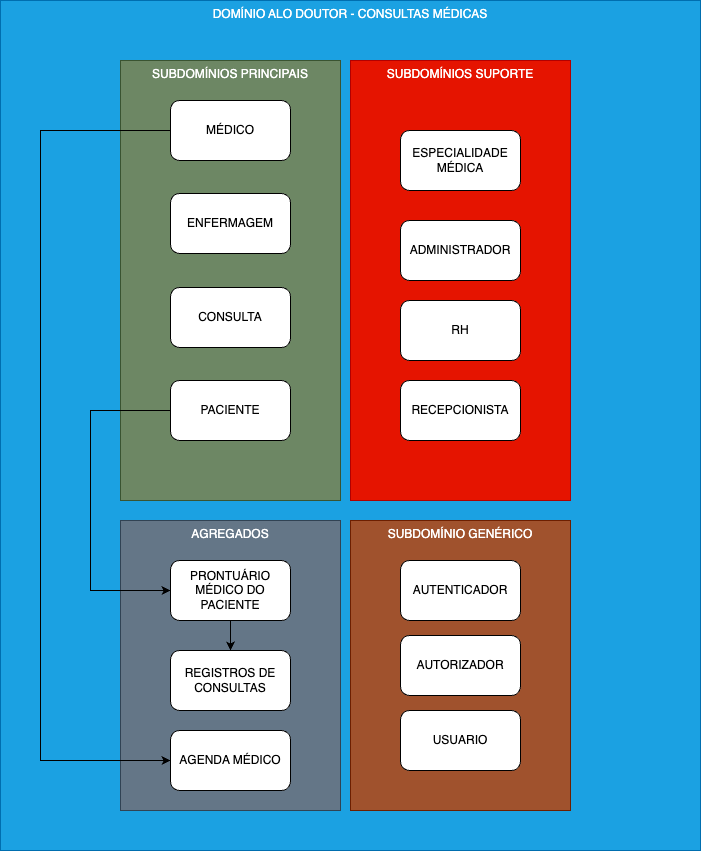
Earlier version of the draw.io export documentacao/imagens/dominiosAloDoutor.png (AlexJussiani/AloDOutor). Source tidied: cells renumbered, new cells last; positions are measured from the earlier drawing's top-left corner, leaving out a move shared by most shapes.
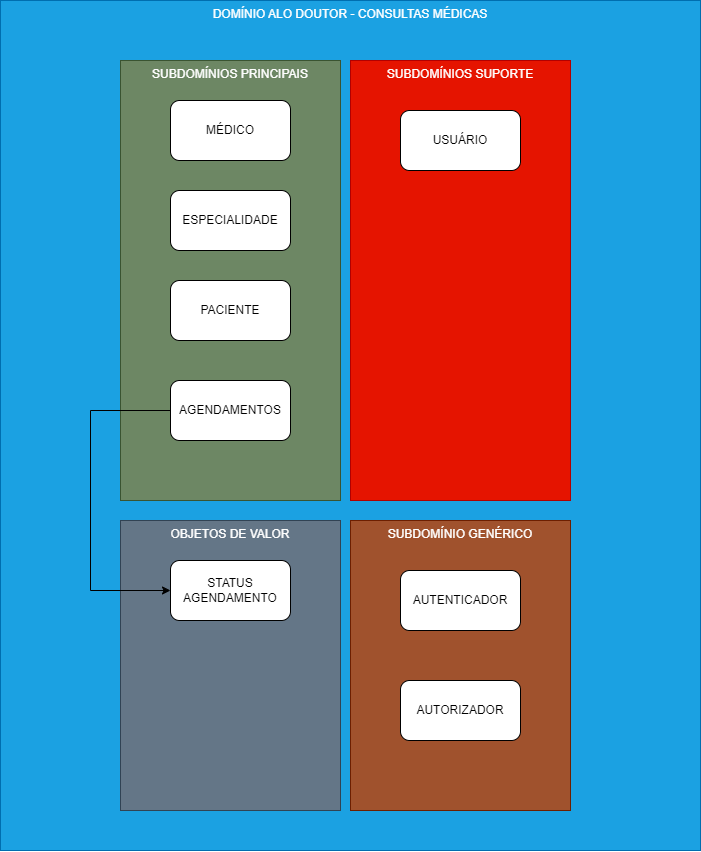
After the change.

Change to the diagram source:
```diff
@@ -5,7 +5,7 @@
     <mxCell id="2" value="DOMÍNIO ALO DOUTOR - CONSULTAS MÉDICAS" style="rounded=0;whiteSpace=wrap;html=1;verticalAlign=top;fillColor=#1ba1e2;strokeColor=#006EAF;fontColor=#ffffff;" parent="1" vertex="1">
       <mxGeometry width="700" height="850" as="geometry" />
     </mxCell>
-    <mxCell id="3" value="AGREGADOS" style="rounded=0;whiteSpace=wrap;html=1;verticalAlign=top;fillColor=#647687;fontColor=#ffffff;strokeColor=#314354;" parent="1" vertex="1">
+    <mxCell id="3" value="OBJETOS DE VALOR" style="rounded=0;whiteSpace=wrap;html=1;verticalAlign=top;fillColor=#647687;fontColor=#ffffff;strokeColor=#314354;" parent="1" vertex="1">
       <mxGeometry x="120" y="520" width="220" height="290" as="geometry" />
     </mxCell>
     <mxCell id="4" value="SUBDOMÍNIOS SUPORTE" style="rounded=0;whiteSpace=wrap;html=1;verticalAlign=top;fillColor=#e51400;strokeColor=#B20000;fontColor=#ffffff;" parent="1" vertex="1">
@@ -14,69 +14,40 @@
     <mxCell id="5" value="SUBDOMÍNIOS PRINCIPAIS" style="rounded=0;whiteSpace=wrap;html=1;verticalAlign=top;fillColor=#6d8764;strokeColor=#3A5431;fontColor=#ffffff;" parent="1" vertex="1">
       <mxGeometry x="120" y="60" width="220" height="440" as="geometry" />
     </mxCell>
-    <mxCell id="6" style="edgeStyle=orthogonalEdgeStyle;rounded=0;jettySize=auto;html=1;exitX=0;exitY=0.5;exitDx=0;exitDy=0;entryX=0;entryY=0.5;entryDx=0;entryDy=0;" parent="1" edge="1" source="7" target="14">
-      <mxGeometry relative="1" as="geometry">
-        <Array as="points">
-          <mxPoint x="40" y="130" />
-          <mxPoint x="40" y="760" />
-        </Array>
-      </mxGeometry>
+    <mxCell id="6" value="MÉDICO" style="rounded=1;whiteSpace=wrap;html=1;" parent="1" vertex="1">
+      <mxGeometry x="170" y="100" width="120" height="60" as="geometry" />
     </mxCell>
-    <mxCell id="7" value="MÉDICO" style="rounded=1;whiteSpace=wrap;html=1;" parent="1" vertex="1">
-      <mxGeometry x="170" y="100" width="120" height="60" as="geometry" />
+    <mxCell id="7" style="edgeStyle=orthogonalEdgeStyle;rounded=0;jettySize=auto;html=1;exitX=0;exitY=0.5;exitDx=0;exitDy=0;entryX=0;entryY=0.5;entryDx=0;entryDy=0;" parent="1" edge="1" source="8" target="10">
+      <mxGeometry relative="1" as="geometry">
+        <Array as="points">
+          <mxPoint x="90" y="410" />
+          <mxPoint x="90" y="590" />
+        </Array>
+      </mxGeometry>
     </mxCell>
-    <mxCell id="8" style="edgeStyle=orthogonalEdgeStyle;rounded=0;jettySize=auto;html=1;exitX=0;exitY=0.5;exitDx=0;exitDy=0;entryX=0;entryY=0.5;entryDx=0;entryDy=0;" parent="1" edge="1" source="9" target="16">
-      <mxGeometry relative="1" as="geometry">
-        <Array as="points">
-          <mxPoint x="90" y="410" />
-          <mxPoint x="90" y="590" />
-        </Array>
-      </mxGeometry>
+    <mxCell id="8" value="AGENDAMENTOS" style="rounded=1;whiteSpace=wrap;html=1;" parent="1" vertex="1">
+      <mxGeometry x="170" y="380" width="120" height="60" as="geometry" />
     </mxCell>
     <mxCell id="9" value="PACIENTE" style="rounded=1;whiteSpace=wrap;html=1;" parent="1" vertex="1">
-      <mxGeometry x="170" y="380" width="120" height="60" as="geometry" />
+      <mxGeometry x="170" y="280" width="120" height="60" as="geometry" />
     </mxCell>
-    <mxCell id="10" value="RH" style="rounded=1;whiteSpace=wrap;html=1;" parent="1" vertex="1">
-      <mxGeometry x="400" y="300" width="120" height="60" as="geometry" />
+    <mxCell id="10" value="STATUS AGENDAMENTO" style="rounded=1;whiteSpace=wrap;html=1;" parent="1" vertex="1">
+      <mxGeometry x="170" y="560" width="120" height="60" as="geometry" />
     </mxCell>
-    <mxCell id="11" value="RECEPCIONISTA" style="rounded=1;whiteSpace=wrap;html=1;" parent="1" vertex="1">
-      <mxGeometry x="400" y="380" width="120" height="60" as="geometry" />
+    <mxCell id="11" value="SUBDOMÍNIO GENÉRICO" style="rounded=0;whiteSpace=wrap;html=1;verticalAlign=top;fillColor=#a0522d;fontColor=#ffffff;strokeColor=#6D1F00;" parent="1" vertex="1">
+      <mxGeometry x="350" y="520" width="220" height="290" as="geometry" />
     </mxCell>
-    <mxCell id="12" value="ENFERMAGEM" style="rounded=1;whiteSpace=wrap;html=1;" parent="1" vertex="1">
-      <mxGeometry x="170" y="193" width="120" height="60" as="geometry" />
+    <mxCell id="12" value="AUTENTICADOR" style="rounded=1;whiteSpace=wrap;html=1;" parent="1" vertex="1">
+      <mxGeometry x="400" y="570" width="120" height="60" as="geometry" />
     </mxCell>
-    <mxCell id="13" value="ADMINISTRADOR" style="rounded=1;whiteSpace=wrap;html=1;" parent="1" vertex="1">
-      <mxGeometry x="400" y="220" width="120" height="60" as="geometry" />
+    <mxCell id="13" value="AUTORIZADOR" style="rounded=1;whiteSpace=wrap;html=1;" parent="1" vertex="1">
+      <mxGeometry x="400" y="680" width="120" height="60" as="geometry" />
     </mxCell>
-    <mxCell id="14" value="AGENDA MÉDICO" style="rounded=1;whiteSpace=wrap;html=1;" parent="1" vertex="1">
-      <mxGeometry x="170" y="730" width="120" height="60" as="geometry" />
+    <mxCell id="14" value="USUÁRIO" style="rounded=1;whiteSpace=wrap;html=1;" parent="1" vertex="1">
+      <mxGeometry x="400" y="110" width="120" height="60" as="geometry" />
     </mxCell>
-    <mxCell id="15" value="CONSULTA" style="rounded=1;whiteSpace=wrap;html=1;" parent="1" vertex="1">
-      <mxGeometry x="170" y="287" width="120" height="60" as="geometry" />
+    <mxCell id="15" value="ESPECIALIDADE" style="rounded=1;whiteSpace=wrap;html=1;" parent="1" vertex="1">
+      <mxGeometry x="170" y="190" width="120" height="60" as="geometry" />
     </mxCell>
-    <mxCell id="16" value="PRONTUÁRIO MÉDICO DO PACIENTE" style="rounded=1;whiteSpace=wrap;html=1;" parent="1" vertex="1">
-      <mxGeometry x="170" y="560" width="120" height="60" as="geometry" />
-    </mxCell>
-    <mxCell id="17" value="SUBDOMÍNIO GENÉRICO" style="rounded=0;whiteSpace=wrap;html=1;verticalAlign=top;fillColor=#a0522d;fontColor=#ffffff;strokeColor=#6D1F00;" parent="1" vertex="1">
-      <mxGeometry x="350" y="520" width="220" height="290" as="geometry" />
-    </mxCell>
-    <mxCell id="18" value="AUTENTICADOR" style="rounded=1;whiteSpace=wrap;html=1;" parent="1" vertex="1">
-      <mxGeometry x="400" y="560" width="120" height="60" as="geometry" />
-    </mxCell>
-    <mxCell id="19" value="AUTORIZADOR" style="rounded=1;whiteSpace=wrap;html=1;" parent="1" vertex="1">
-      <mxGeometry x="400" y="635" width="120" height="60" as="geometry" />
-    </mxCell>
-    <mxCell id="20" value="USUARIO" style="rounded=1;whiteSpace=wrap;html=1;" parent="1" vertex="1">
-      <mxGeometry x="400" y="710" width="120" height="60" as="geometry" />
-    </mxCell>
-    <mxCell id="21" value="REGISTROS DE CONSULTAS" style="rounded=1;whiteSpace=wrap;html=1;" parent="1" vertex="1">
-      <mxGeometry x="170" y="650" width="120" height="60" as="geometry" />
-    </mxCell>
-    <mxCell id="22" style="endArrow=classic;html=1;rounded=0;exitX=0.5;exitY=1;exitDx=0;exitDy=0;" parent="1" edge="1" source="16" target="21">
-      <mxGeometry relative="1" as="geometry" />
-    </mxCell>
-    <mxCell id="23" value="ESPECIALIDADE MÉDICA" style="rounded=1;whiteSpace=wrap;html=1;" parent="1" vertex="1">
-      <mxGeometry x="400" y="130" width="120" height="60" as="geometry" />
-    </mxCell>
   </root>
 </mxGraphModel>
```
